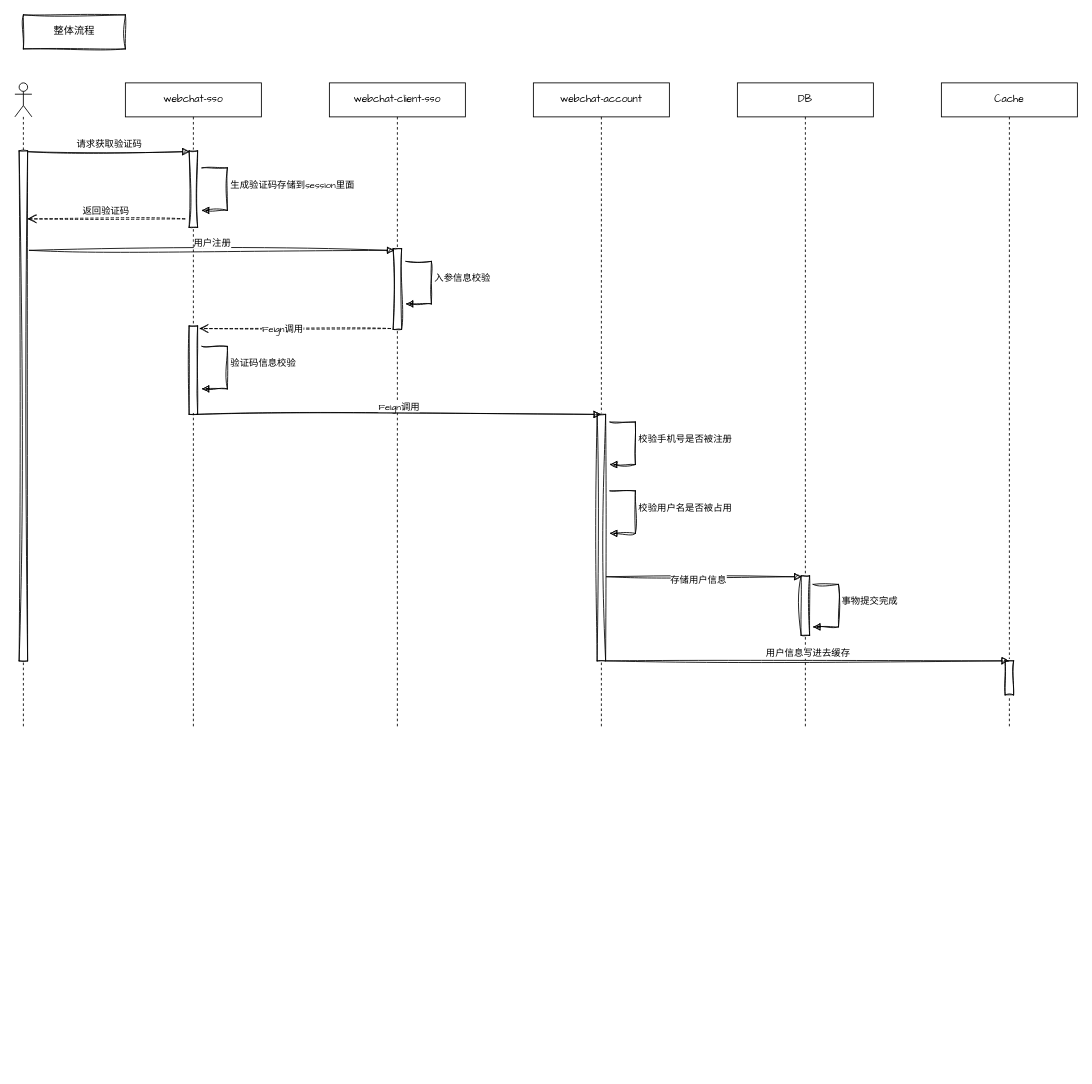
The draw.io diagram webchat/1、验证码生成、登录、注册.drawio in niuxiaocong/knowledage-notes, before the edit. Source tidied: cells renumbered, new cells numbered last; positions are measured from the earlier drawing's top-left corner, leaving out a move shared by most shapes. Both pictures are drawn from the tidied source at 85%, with x=0, y=0 at pixel (14, 14).
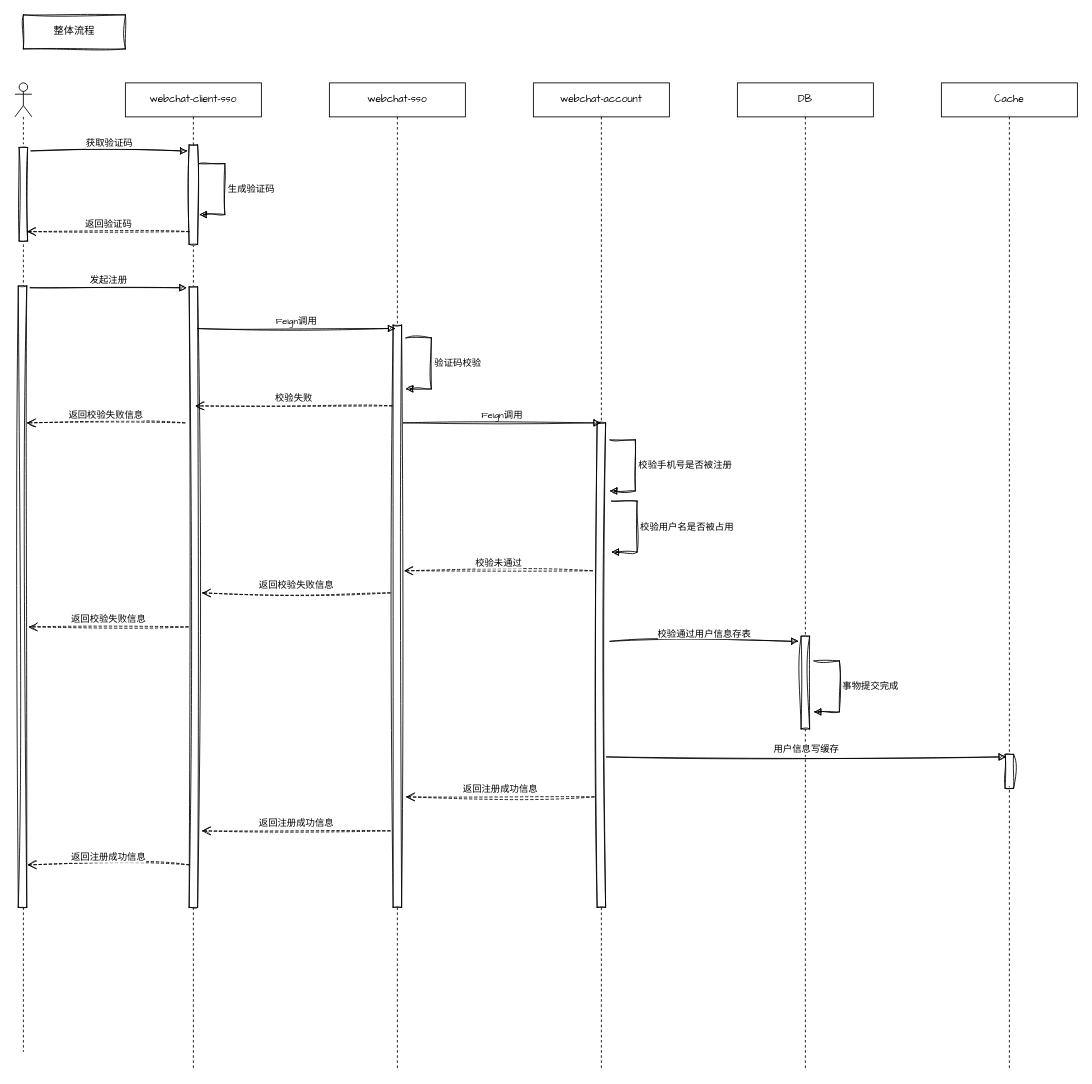
The same page after the edit.

Commit message:
更新1、验证码生成、登录、注册.drawio

The edit, as a diff of the source:
```diff
@@
     <mxCell id="2" value="webchat-sso" style="shape=umlLifeline;perimeter=lifelinePerimeter;whiteSpace=wrap;html=1;newEdgeStyle={&quot;curved&quot;:0,&quot;rounded&quot;:0};hachureGap=4;fontFamily=Architects Daughter;" parent="1" vertex="1">
-      <mxGeometry x="130" y="80" width="160" height="760" as="geometry" />
+      <mxGeometry x="370" y="80" width="160" height="1160" as="geometry" />
     </mxCell>
-    <mxCell id="3" style="html=1;perimeter=orthogonalPerimeter;targetShapes=umlLifeline;newEdgeStyle={&quot;curved&quot;:0,&quot;rounded&quot;:0};hachureGap=4;fontFamily=Architects Daughter;sketch=1;curveFitting=1;jiggle=2;" parent="2" vertex="1">
-      <mxGeometry x="75" y="80" width="10" height="90" as="geometry" />
-    </mxCell>
-    <mxCell id="4" style="html=1;perimeter=orthogonalPerimeter;targetShapes=umlLifeline;newEdgeStyle={&quot;curved&quot;:0,&quot;rounded&quot;:0};hachureGap=4;fontFamily=Architects Daughter;sketch=1;curveFitting=1;jiggle=2;" parent="2" vertex="1">
-      <mxGeometry x="75" y="286" width="10" height="104" as="geometry" />
-    </mxCell>
+    <mxCell id="31" style="html=1;perimeter=orthogonalPerimeter;targetShapes=umlLifeline;newEdgeStyle={&quot;curved&quot;:0,&quot;rounded&quot;:0};sketch=1;hachureGap=4;jiggle=2;curveFitting=1;fontFamily=Architects Daughter;" parent="2" vertex="1">
+      <mxGeometry x="75" y="285" width="10" height="685" as="geometry" />
+    </mxCell>
     <mxCell id="5" value="webchat-client-sso" style="shape=umlLifeline;perimeter=lifelinePerimeter;whiteSpace=wrap;html=1;newEdgeStyle={&quot;curved&quot;:0,&quot;rounded&quot;:0};hachureGap=4;fontFamily=Architects Daughter;" parent="1" vertex="1">
-      <mxGeometry x="370" y="80" width="160" height="760" as="geometry" />
+      <mxGeometry x="130" y="80" width="160" height="1160" as="geometry" />
     </mxCell>
-    <mxCell id="6" style="html=1;perimeter=orthogonalPerimeter;targetShapes=umlLifeline;newEdgeStyle={&quot;curved&quot;:0,&quot;rounded&quot;:0};sketch=1;hachureGap=4;jiggle=2;curveFitting=1;fontFamily=Architects Daughter;" parent="5" vertex="1">
-      <mxGeometry x="75" y="195" width="10" height="95" as="geometry" />
-    </mxCell>
+    <mxCell id="32" style="html=1;perimeter=orthogonalPerimeter;targetShapes=umlLifeline;newEdgeStyle={&quot;curved&quot;:0,&quot;rounded&quot;:0};sketch=1;hachureGap=4;jiggle=2;curveFitting=1;fontFamily=Architects Daughter;" parent="5" vertex="1">
+      <mxGeometry x="75" y="73" width="10" height="117" as="geometry" />
+    </mxCell>
+    <mxCell id="33" style="html=1;perimeter=orthogonalPerimeter;targetShapes=umlLifeline;newEdgeStyle={&quot;curved&quot;:0,&quot;rounded&quot;:0};sketch=1;hachureGap=4;jiggle=2;curveFitting=1;fontFamily=Architects Daughter;" parent="5" vertex="1">
+      <mxGeometry x="75" y="240" width="10" height="730" as="geometry" />
+    </mxCell>
     <mxCell id="7" value="webchat-account" style="shape=umlLifeline;perimeter=lifelinePerimeter;whiteSpace=wrap;html=1;outlineConnect=0;portConstraint=eastwest;newEdgeStyle={&quot;curved&quot;:0,&quot;rounded&quot;:0};hachureGap=4;fontFamily=Architects Daughter;" parent="1" vertex="1">
-      <mxGeometry x="610" y="80" width="160" height="760" as="geometry" />
+      <mxGeometry x="610" y="80" width="160" height="1160" as="geometry" />
     </mxCell>
-    <mxCell id="8" style="html=1;perimeter=orthogonalPerimeter;targetShapes=umlLifeline;newEdgeStyle={&quot;curved&quot;:0,&quot;rounded&quot;:0};hachureGap=4;fontFamily=Architects Daughter;sketch=1;curveFitting=1;jiggle=2;" parent="7" vertex="1">
-      <mxGeometry x="75" y="390" width="10" height="290" as="geometry" />
-    </mxCell>
+    <mxCell id="34" style="html=1;perimeter=orthogonalPerimeter;targetShapes=umlLifeline;newEdgeStyle={&quot;curved&quot;:0,&quot;rounded&quot;:0};sketch=1;hachureGap=4;jiggle=2;curveFitting=1;fontFamily=Architects Daughter;" parent="7" vertex="1">
+      <mxGeometry x="75" y="400" width="10" height="570" as="geometry" />
+    </mxCell>
     <mxCell id="9" style="shape=umlLifeline;perimeter=lifelinePerimeter;whiteSpace=wrap;html=1;newEdgeStyle={&quot;curved&quot;:0,&quot;rounded&quot;:0};participant=umlActor;hachureGap=4;fontFamily=Architects Daughter;" parent="1" vertex="1">
-      <mxGeometry y="80" width="20" height="760" as="geometry" />
+      <mxGeometry y="80" width="20" height="1140" as="geometry" />
     </mxCell>
-    <mxCell id="10" style="html=1;points=[[0,0,0,0,5],[0,1,0,0,-5],[1,0,0,0,5],[1,1,0,0,-5]];perimeter=orthogonalPerimeter;outlineConnect=0;targetShapes=umlLifeline;portConstraint=eastwest;newEdgeStyle={&quot;curved&quot;:0,&quot;rounded&quot;:0};sketch=1;hachureGap=4;jiggle=2;curveFitting=1;fontFamily=Architects Daughter;" parent="9" vertex="1">
-      <mxGeometry x="5" y="80" width="10" height="600" as="geometry" />
-    </mxCell>
+    <mxCell id="35" style="html=1;perimeter=orthogonalPerimeter;targetShapes=umlLifeline;newEdgeStyle={&quot;curved&quot;:0,&quot;rounded&quot;:0};sketch=1;hachureGap=4;jiggle=2;curveFitting=1;fontFamily=Architects Daughter;" parent="9" vertex="1">
+      <mxGeometry x="5" y="76" width="10" height="110" as="geometry" />
+    </mxCell>
+    <mxCell id="36" style="html=1;perimeter=orthogonalPerimeter;targetShapes=umlLifeline;newEdgeStyle={&quot;curved&quot;:0,&quot;rounded&quot;:0};sketch=1;hachureGap=4;jiggle=2;curveFitting=1;fontFamily=Architects Daughter;" parent="9" vertex="1">
+      <mxGeometry x="4" y="239" width="10" height="731" as="geometry" />
+    </mxCell>
@@
-    <mxCell id="12" value="请求获取验证码" style="html=1;verticalAlign=bottom;endArrow=block;curved=0;rounded=0;sketch=1;hachureGap=4;jiggle=2;curveFitting=1;fontFamily=Architects Daughter;" parent="1" edge="1">
-      <mxGeometry relative="1" as="geometry">
-        <mxPoint x="16" y="161" as="sourcePoint" />
-        <mxPoint x="205.5" y="161" as="targetPoint" />
-      </mxGeometry>
-    </mxCell>
-    <mxCell id="13" value="生成验证码存储到session里面" style="html=1;align=left;spacingLeft=2;endArrow=block;rounded=0;edgeStyle=orthogonalEdgeStyle;curved=0;rounded=0;sketch=1;hachureGap=4;jiggle=2;curveFitting=1;fontFamily=Architects Daughter;" parent="1" edge="1">
-      <mxGeometry x="-0.09" relative="1" as="geometry">
-        <mxPoint x="220" y="180" as="sourcePoint" />
-        <mxPoint x="220" y="230" as="targetPoint" />
-        <Array as="points">
-          <mxPoint x="250" y="180" />
-          <mxPoint x="250" y="230" />
-          <mxPoint x="225" y="230" />
-        </Array>
-      </mxGeometry>
-    </mxCell>
+    <mxCell id="23" value="DB" style="shape=umlLifeline;perimeter=lifelinePerimeter;whiteSpace=wrap;html=1;newEdgeStyle={&quot;curved&quot;:0,&quot;rounded&quot;:0};hachureGap=4;fontFamily=Architects Daughter;" parent="1" vertex="1">
+      <mxGeometry x="850" y="80" width="160" height="1160" as="geometry" />
+    </mxCell>
+    <mxCell id="37" style="html=1;perimeter=orthogonalPerimeter;targetShapes=umlLifeline;newEdgeStyle={&quot;curved&quot;:0,&quot;rounded&quot;:0};sketch=1;hachureGap=4;jiggle=2;curveFitting=1;fontFamily=Architects Daughter;" parent="23" vertex="1">
+      <mxGeometry x="75" y="651" width="10" height="109" as="geometry" />
+    </mxCell>
+    <mxCell id="25" value="Cache" style="shape=umlLifeline;perimeter=lifelinePerimeter;whiteSpace=wrap;html=1;outlineConnect=0;portConstraint=eastwest;newEdgeStyle={&quot;curved&quot;:0,&quot;rounded&quot;:0};hachureGap=4;fontFamily=Architects Daughter;" parent="1" vertex="1">
+      <mxGeometry x="1090" y="80" width="160" height="1160" as="geometry" />
+    </mxCell>
+    <mxCell id="38" style="html=1;perimeter=orthogonalPerimeter;targetShapes=umlLifeline;newEdgeStyle={&quot;curved&quot;:0,&quot;rounded&quot;:0};sketch=1;hachureGap=4;jiggle=2;curveFitting=1;fontFamily=Architects Daughter;" parent="25" vertex="1">
+      <mxGeometry x="75" y="790" width="10" height="40" as="geometry" />
+    </mxCell>
+    <mxCell id="39" value="获取验证码" style="html=1;verticalAlign=bottom;endArrow=block;curved=0;rounded=0;sketch=1;hachureGap=4;jiggle=2;curveFitting=1;fontFamily=Architects Daughter;" parent="1" edge="1">
+      <mxGeometry relative="1" as="geometry">
+        <mxPoint x="19" y="160" as="sourcePoint" />
+        <mxPoint x="203" y="160" as="targetPoint" />
+      </mxGeometry>
+    </mxCell>
+    <mxCell id="40" value="生成验证码" style="html=1;align=left;spacingLeft=2;endArrow=block;rounded=0;edgeStyle=orthogonalEdgeStyle;curved=0;rounded=0;sketch=1;hachureGap=4;jiggle=2;curveFitting=1;fontFamily=Architects Daughter;" parent="1" edge="1">
+      <mxGeometry relative="1" as="geometry">
+        <mxPoint x="217" y="175" as="sourcePoint" />
+        <mxPoint x="217" y="235" as="targetPoint" />
+        <Array as="points">
+          <mxPoint x="247" y="175" />
+          <mxPoint x="247" y="235" />
+          <mxPoint x="222" y="235" />
+        </Array>
+      </mxGeometry>
+    </mxCell>
-    <mxCell id="14" value="返回验证码" style="html=1;verticalAlign=bottom;endArrow=open;dashed=1;endSize=8;curved=0;rounded=0;sketch=1;hachureGap=4;jiggle=2;curveFitting=1;fontFamily=Architects Daughter;" parent="1" edge="1" target="10">
+    <mxCell id="14" value="返回验证码" style="html=1;verticalAlign=bottom;endArrow=open;dashed=1;endSize=8;curved=0;rounded=0;sketch=1;hachureGap=4;jiggle=2;curveFitting=1;fontFamily=Architects Daughter;" parent="1" edge="1">
       <mxGeometry relative="1" as="geometry">
-        <mxPoint x="200" y="240" as="sourcePoint" />
+        <mxPoint x="205" y="255" as="sourcePoint" />
+        <mxPoint x="14.3" y="255" as="targetPoint" />
       </mxGeometry>
     </mxCell>
-    <mxCell id="15" value="用户注册" style="html=1;verticalAlign=bottom;endArrow=block;curved=0;rounded=0;sketch=1;hachureGap=4;jiggle=2;curveFitting=1;fontFamily=Architects Daughter;" parent="1" edge="1">
-      <mxGeometry relative="1" as="geometry">
-        <mxPoint x="17" y="277" as="sourcePoint" />
-        <mxPoint x="446.5" y="277" as="targetPoint" />
-      </mxGeometry>
-    </mxCell>
-    <mxCell id="16" value="入参信息校验" style="html=1;align=left;spacingLeft=2;endArrow=block;rounded=0;edgeStyle=orthogonalEdgeStyle;curved=0;rounded=0;sketch=1;hachureGap=4;jiggle=2;curveFitting=1;fontFamily=Architects Daughter;" parent="1" edge="1">
-      <mxGeometry x="-0.09" relative="1" as="geometry">
-        <mxPoint x="460" y="290" as="sourcePoint" />
-        <mxPoint x="460" y="340" as="targetPoint" />
-        <Array as="points">
-          <mxPoint x="490" y="290" />
-          <mxPoint x="490" y="340" />
-          <mxPoint x="465" y="340" />
-        </Array>
-      </mxGeometry>
-    </mxCell>
-    <mxCell id="17" style="html=1;verticalAlign=bottom;endArrow=open;dashed=1;endSize=8;curved=0;rounded=0;sketch=1;hachureGap=4;jiggle=2;curveFitting=1;fontFamily=Architects Daughter;" parent="1" edge="1">
-      <mxGeometry relative="1" as="geometry">
-        <mxPoint x="442" y="369" as="sourcePoint" />
-        <mxPoint x="217" y="369" as="targetPoint" />
-      </mxGeometry>
-    </mxCell>
-    <mxCell id="18" value="Feign调用" style="edgeLabel;html=1;align=center;verticalAlign=middle;sketch=1;hachureGap=4;jiggle=2;curveFitting=1;fontFamily=Architects Daughter;" parent="17" vertex="1">
-      <mxGeometry x="0.14" y="-1" relative="1" as="geometry" />
-    </mxCell>
-    <mxCell id="19" value="验证码信息校验" style="html=1;align=left;spacingLeft=2;endArrow=block;rounded=0;edgeStyle=orthogonalEdgeStyle;curved=0;rounded=0;sketch=1;hachureGap=4;jiggle=2;curveFitting=1;fontFamily=Architects Daughter;" parent="1" edge="1">
-      <mxGeometry x="-0.09" relative="1" as="geometry">
-        <mxPoint x="220" y="390" as="sourcePoint" />
-        <mxPoint x="220" y="440" as="targetPoint" />
-        <Array as="points">
-          <mxPoint x="250" y="390" />
-          <mxPoint x="250" y="440" />
-          <mxPoint x="225" y="440" />
-        </Array>
-      </mxGeometry>
-    </mxCell>
-    <mxCell id="20" value="Feign调用" style="html=1;verticalAlign=bottom;endArrow=block;curved=0;rounded=0;sketch=1;hachureGap=4;jiggle=2;curveFitting=1;fontFamily=Architects Daughter;" parent="1" edge="1" target="7">
-      <mxGeometry relative="1" as="geometry">
-        <mxPoint x="214" y="470" as="sourcePoint" />
-      </mxGeometry>
-    </mxCell>
+    <mxCell id="41" value="发起注册" style="html=1;verticalAlign=bottom;endArrow=block;curved=0;rounded=0;sketch=1;hachureGap=4;jiggle=2;curveFitting=1;fontFamily=Architects Daughter;" parent="1" edge="1">
+      <mxGeometry relative="1" as="geometry">
+        <mxPoint x="18" y="321" as="sourcePoint" />
+        <mxPoint x="202" y="321" as="targetPoint" />
+      </mxGeometry>
+    </mxCell>
+    <mxCell id="42" value="Feign调用" style="html=1;verticalAlign=bottom;endArrow=block;curved=0;rounded=0;sketch=1;hachureGap=4;jiggle=2;curveFitting=1;fontFamily=Architects Daughter;" parent="1" edge="1">
+      <mxGeometry relative="1" as="geometry">
+        <mxPoint x="215" y="369" as="sourcePoint" />
+        <mxPoint x="447.5" y="369" as="targetPoint" />
+      </mxGeometry>
+    </mxCell>
+    <mxCell id="43" value="验证码校验" style="html=1;align=left;spacingLeft=2;endArrow=block;rounded=0;edgeStyle=orthogonalEdgeStyle;curved=0;rounded=0;sketch=1;hachureGap=4;jiggle=2;curveFitting=1;fontFamily=Architects Daughter;" parent="1" edge="1">
+      <mxGeometry relative="1" as="geometry">
+        <mxPoint x="460" y="380" as="sourcePoint" />
+        <mxPoint x="460" y="440" as="targetPoint" />
+        <Array as="points">
+          <mxPoint x="490" y="380" />
+          <mxPoint x="490" y="440" />
+          <mxPoint x="465" y="440" />
+        </Array>
+      </mxGeometry>
+    </mxCell>
+    <mxCell id="44" value="校验失败" style="html=1;verticalAlign=bottom;endArrow=open;dashed=1;endSize=8;curved=0;rounded=0;sketch=1;hachureGap=4;jiggle=2;curveFitting=1;fontFamily=Architects Daughter;" parent="1" edge="1">
+      <mxGeometry relative="1" as="geometry">
+        <mxPoint x="443.7" y="460" as="sourcePoint" />
+        <mxPoint x="212.3" y="460" as="targetPoint" />
+      </mxGeometry>
+    </mxCell>
+    <mxCell id="45" value="返回校验失败信息" style="html=1;verticalAlign=bottom;endArrow=open;dashed=1;endSize=8;curved=0;rounded=0;sketch=1;hachureGap=4;jiggle=2;curveFitting=1;fontFamily=Architects Daughter;" parent="1" edge="1">
+      <mxGeometry relative="1" as="geometry">
+        <mxPoint x="200" y="480" as="sourcePoint" />
+        <mxPoint x="14" y="480" as="targetPoint" />
+      </mxGeometry>
+    </mxCell>
+    <mxCell id="46" value="Feign调用" style="html=1;verticalAlign=bottom;endArrow=block;curved=0;rounded=0;sketch=1;hachureGap=4;jiggle=2;curveFitting=1;fontFamily=Architects Daughter;" parent="1" edge="1">
+      <mxGeometry relative="1" as="geometry">
+        <mxPoint x="457" y="480" as="sourcePoint" />
+        <mxPoint x="689.5" y="480" as="targetPoint" />
+      </mxGeometry>
+    </mxCell>
     <mxCell id="21" value="校验手机号是否被注册" style="html=1;align=left;spacingLeft=2;endArrow=block;rounded=0;edgeStyle=orthogonalEdgeStyle;curved=0;rounded=0;sketch=1;hachureGap=4;jiggle=2;curveFitting=1;fontFamily=Architects Daughter;" parent="1" edge="1">
-      <mxGeometry x="-0.09" relative="1" as="geometry">
-        <mxPoint x="700" y="479" as="sourcePoint" />
-        <mxPoint x="700" y="529" as="targetPoint" />
+      <mxGeometry relative="1" as="geometry">
+        <mxPoint x="700" y="500" as="sourcePoint" />
+        <mxPoint x="700" y="560" as="targetPoint" />
         <Array as="points">
-          <mxPoint x="730" y="479" />
-          <mxPoint x="730" y="529" />
-          <mxPoint x="705" y="529" />
+          <mxPoint x="730" y="500" />
+          <mxPoint x="730" y="560" />
+          <mxPoint x="705" y="560" />
         </Array>
       </mxGeometry>
     </mxCell>
     <mxCell id="22" value="校验用户名是否被占用" style="html=1;align=left;spacingLeft=2;endArrow=block;rounded=0;edgeStyle=orthogonalEdgeStyle;curved=0;rounded=0;sketch=1;hachureGap=4;jiggle=2;curveFitting=1;fontFamily=Architects Daughter;" parent="1" edge="1">
-      <mxGeometry x="-0.09" relative="1" as="geometry">
-        <mxPoint x="700" y="560" as="sourcePoint" />
-        <mxPoint x="700" y="610" as="targetPoint" />
+      <mxGeometry relative="1" as="geometry">
+        <mxPoint x="702" y="572" as="sourcePoint" />
+        <mxPoint x="702" y="632" as="targetPoint" />
         <Array as="points">
-          <mxPoint x="730" y="560" />
-          <mxPoint x="730" y="610" />
-          <mxPoint x="705" y="610" />
+          <mxPoint x="732" y="572" />
+          <mxPoint x="732" y="632" />
+          <mxPoint x="707" y="632" />
         </Array>
       </mxGeometry>
     </mxCell>
-    <mxCell id="23" value="DB" style="shape=umlLifeline;perimeter=lifelinePerimeter;whiteSpace=wrap;html=1;newEdgeStyle={&quot;curved&quot;:0,&quot;rounded&quot;:0};hachureGap=4;fontFamily=Architects Daughter;" parent="1" vertex="1">
-      <mxGeometry x="850" y="80" width="160" height="760" as="geometry" />
-    </mxCell>
-    <mxCell id="24" style="html=1;perimeter=orthogonalPerimeter;targetShapes=umlLifeline;newEdgeStyle={&quot;curved&quot;:0,&quot;rounded&quot;:0};hachureGap=4;fontFamily=Architects Daughter;sketch=1;curveFitting=1;jiggle=2;" parent="23" vertex="1">
-      <mxGeometry x="75" y="580" width="10" height="70" as="geometry" />
-    </mxCell>
-    <mxCell id="25" value="Cache" style="shape=umlLifeline;perimeter=lifelinePerimeter;whiteSpace=wrap;html=1;outlineConnect=0;portConstraint=eastwest;newEdgeStyle={&quot;curved&quot;:0,&quot;rounded&quot;:0};hachureGap=4;fontFamily=Architects Daughter;" parent="1" vertex="1">
-      <mxGeometry x="1090" y="80" width="160" height="760" as="geometry" />
-    </mxCell>
-    <mxCell id="26" style="html=1;perimeter=orthogonalPerimeter;targetShapes=umlLifeline;newEdgeStyle={&quot;curved&quot;:0,&quot;rounded&quot;:0};hachureGap=4;fontFamily=Architects Daughter;sketch=1;curveFitting=1;jiggle=2;" parent="25" vertex="1">
-      <mxGeometry x="75" y="680" width="10" height="40" as="geometry" />
-    </mxCell>
-    <mxCell id="27" style="html=1;verticalAlign=bottom;endArrow=block;curved=0;rounded=0;sketch=1;hachureGap=4;jiggle=2;curveFitting=1;fontFamily=Architects Daughter;" parent="1" edge="1">
-      <mxGeometry relative="1" as="geometry">
-        <mxPoint x="696" y="661" as="sourcePoint" />
-        <mxPoint x="925.5" y="661" as="targetPoint" />
-      </mxGeometry>
-    </mxCell>
-    <mxCell id="28" value="存储用户信息" style="edgeLabel;html=1;align=center;verticalAlign=middle;sketch=1;hachureGap=4;jiggle=2;curveFitting=1;fontFamily=Architects Daughter;" parent="27" vertex="1">
-      <mxGeometry x="-0.07" y="-3" relative="1" as="geometry" />
-    </mxCell>
+    <mxCell id="47" value="校验未通过" style="html=1;verticalAlign=bottom;endArrow=open;dashed=1;endSize=8;curved=0;rounded=0;sketch=1;hachureGap=4;jiggle=2;curveFitting=1;fontFamily=Architects Daughter;" parent="1" edge="1">
+      <mxGeometry relative="1" as="geometry">
+        <mxPoint x="679.5" y="654" as="sourcePoint" />
+        <mxPoint x="458" y="654" as="targetPoint" />
+      </mxGeometry>
+    </mxCell>
+    <mxCell id="48" value="返回校验失败信息" style="html=1;verticalAlign=bottom;endArrow=open;dashed=1;endSize=8;curved=0;rounded=0;sketch=1;hachureGap=4;jiggle=2;curveFitting=1;fontFamily=Architects Daughter;" parent="1" edge="1">
+      <mxGeometry relative="1" as="geometry">
+        <mxPoint x="441.5" y="680" as="sourcePoint" />
+        <mxPoint x="220" y="680" as="targetPoint" />
+      </mxGeometry>
+    </mxCell>
+    <mxCell id="49" value="返回校验失败信息" style="html=1;verticalAlign=bottom;endArrow=open;dashed=1;endSize=8;curved=0;rounded=0;sketch=1;hachureGap=4;jiggle=2;curveFitting=1;fontFamily=Architects Daughter;" parent="1" edge="1">
+      <mxGeometry relative="1" as="geometry">
+        <mxPoint x="204" y="720" as="sourcePoint" />
+        <mxPoint x="16" y="720" as="targetPoint" />
+      </mxGeometry>
+    </mxCell>
+    <mxCell id="50" value="校验通过用户信息存表" style="html=1;verticalAlign=bottom;endArrow=block;curved=0;rounded=0;sketch=1;hachureGap=4;jiggle=2;curveFitting=1;fontFamily=Architects Daughter;" parent="1" edge="1">
+      <mxGeometry relative="1" as="geometry">
+        <mxPoint x="700" y="737" as="sourcePoint" />
+        <mxPoint x="922" y="737" as="targetPoint" />
+      </mxGeometry>
+    </mxCell>
     <mxCell id="29" value="事物提交完成" style="html=1;align=left;spacingLeft=2;endArrow=block;rounded=0;edgeStyle=orthogonalEdgeStyle;curved=0;rounded=0;sketch=1;hachureGap=4;jiggle=2;curveFitting=1;fontFamily=Architects Daughter;" parent="1" edge="1">
-      <mxGeometry x="-0.09" relative="1" as="geometry">
-        <mxPoint x="939" y="670" as="sourcePoint" />
-        <mxPoint x="939" y="720" as="targetPoint" />
+      <mxGeometry relative="1" as="geometry">
+        <mxPoint x="940" y="760" as="sourcePoint" />
+        <mxPoint x="940" y="820" as="targetPoint" />
         <Array as="points">
-          <mxPoint x="969" y="670" />
-          <mxPoint x="969" y="720" />
-          <mxPoint x="944" y="720" />
+          <mxPoint x="970" y="760" />
+          <mxPoint x="970" y="820" />
+          <mxPoint x="945" y="820" />
         </Array>
       </mxGeometry>
     </mxCell>
-    <mxCell id="30" value="用户信息写进去缓存" style="html=1;verticalAlign=bottom;endArrow=block;curved=0;rounded=0;sketch=1;hachureGap=4;jiggle=2;curveFitting=1;fontFamily=Architects Daughter;" parent="1" edge="1" target="25">
-      <mxGeometry relative="1" as="geometry">
-        <mxPoint x="696" y="760" as="sourcePoint" />
-      </mxGeometry>
-    </mxCell>
+    <mxCell id="51" value="用户信息写缓存" style="html=1;verticalAlign=bottom;endArrow=block;curved=0;rounded=0;sketch=1;hachureGap=4;jiggle=2;curveFitting=1;fontFamily=Architects Daughter;entryX=0.5;entryY=0.064;entryDx=0;entryDy=0;entryPerimeter=0;" parent="1" edge="1">
+      <mxGeometry relative="1" as="geometry">
+        <mxPoint x="696" y="873" as="sourcePoint" />
+        <mxPoint x="1166" y="873" as="targetPoint" />
+      </mxGeometry>
+    </mxCell>
+    <mxCell id="52" value="返回注册成功信息" style="html=1;verticalAlign=bottom;endArrow=open;dashed=1;endSize=8;curved=0;rounded=0;sketch=1;hachureGap=4;jiggle=2;curveFitting=1;fontFamily=Architects Daughter;" parent="1" edge="1">
+      <mxGeometry relative="1" as="geometry">
+        <mxPoint x="681.5" y="920" as="sourcePoint" />
+        <mxPoint x="460" y="920" as="targetPoint" />
+      </mxGeometry>
+    </mxCell>
+    <mxCell id="53" value="返回注册成功信息" style="html=1;verticalAlign=bottom;endArrow=open;dashed=1;endSize=8;curved=0;rounded=0;sketch=1;hachureGap=4;jiggle=2;curveFitting=1;fontFamily=Architects Daughter;" parent="1" edge="1">
+      <mxGeometry relative="1" as="geometry">
+        <mxPoint x="441.5" y="960" as="sourcePoint" />
+        <mxPoint x="220" y="960" as="targetPoint" />
+      </mxGeometry>
+    </mxCell>
+    <mxCell id="54" value="返回注册成功信息" style="html=1;verticalAlign=bottom;endArrow=open;dashed=1;endSize=8;curved=0;rounded=0;sketch=1;hachureGap=4;jiggle=2;curveFitting=1;fontFamily=Architects Daughter;" parent="1" edge="1">
+      <mxGeometry relative="1" as="geometry">
+        <mxPoint x="205" y="1000" as="sourcePoint" />
+        <mxPoint x="15" y="1000" as="targetPoint" />
+      </mxGeometry>
+    </mxCell>
```
